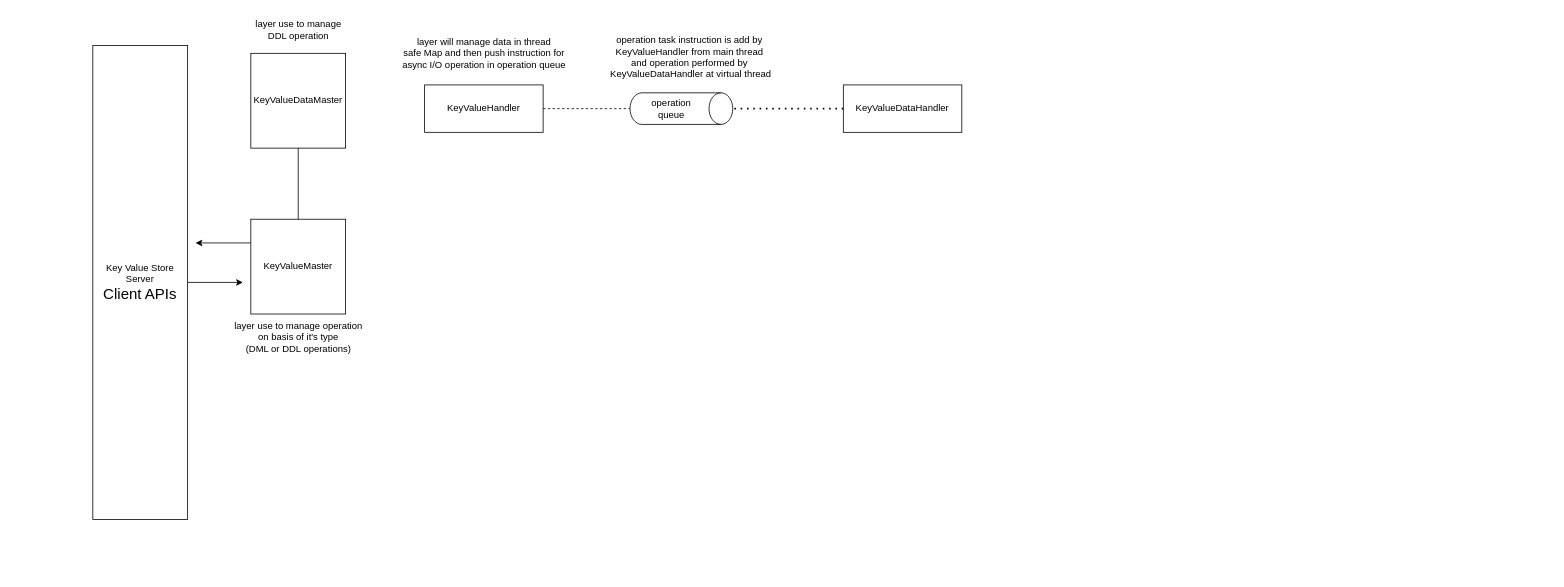
Earlier version of the draw.io diagram Untitled Diagram.drawio (HRS05/Flow-Diagram). Source tidied: cells renumbered, new cells numbered last; positions are measured from the earlier drawing's top-left corner, leaving out a move shared by most shapes. Both pictures are drawn from the tidied source at 79%, with x=0, y=0 at pixel (92, 13).
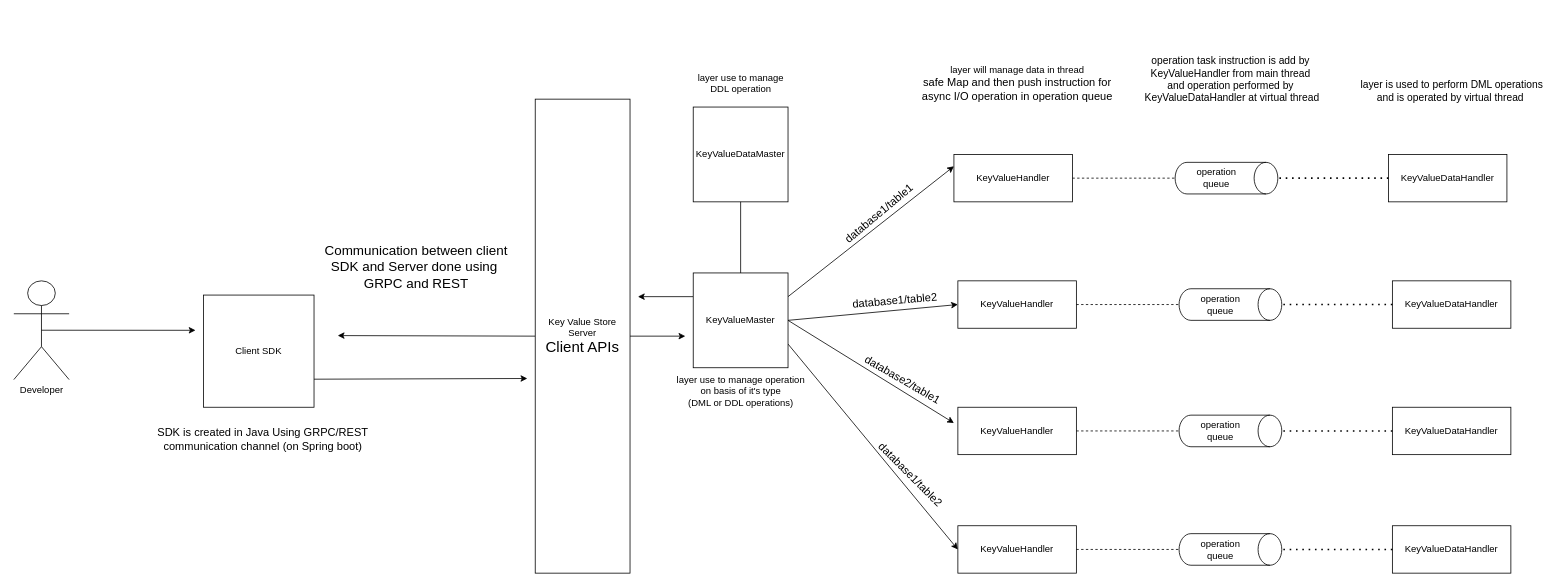
The same diagram, later.

Change to the diagram source:
```diff
@@
     <mxCell id="2" style="edgeStyle=none;rounded=0;jettySize=auto;html=1;exitX=0.5;exitY=0;exitDx=0;exitDy=0;" parent="1" edge="1" source="3">
       <mxGeometry relative="1" as="geometry">
-        <mxPoint x="190" y="340" as="targetPoint" />
+        <mxPoint x="750" y="408" as="targetPoint" />
       </mxGeometry>
     </mxCell>
+    <mxCell id="17" style="edgeStyle=none;rounded=0;jettySize=auto;html=1;exitX=0.5;exitY=1;exitDx=0;exitDy=0;" parent="1" edge="1" source="3">
+      <mxGeometry relative="1" as="geometry">
+        <mxPoint x="310" y="407.3" as="targetPoint" />
+      </mxGeometry>
+    </mxCell>
     <mxCell id="3" value="Key Value Store Server&lt;div style=&quot;font-size: 19px;&quot;&gt;Client APIs&lt;/div&gt;" style="rounded=0;whiteSpace=wrap;html=1;direction=south;" parent="1" vertex="1">
-      <mxGeometry y="40" width="120" height="600" as="geometry" />
+      <mxGeometry x="560" y="108" width="120" height="600" as="geometry" />
     </mxCell>
     <mxCell id="4" style="edgeStyle=none;rounded=0;jettySize=auto;html=1;exitX=0;exitY=0.25;exitDx=0;exitDy=0;" parent="1" edge="1" source="5">
       <mxGeometry relative="1" as="geometry">
-        <mxPoint x="130" y="290" as="targetPoint" />
+        <mxPoint x="690" y="358" as="targetPoint" />
       </mxGeometry>
     </mxCell>
+    <mxCell id="18" style="edgeStyle=none;rounded=0;jettySize=auto;html=1;exitX=1;exitY=0.25;exitDx=0;exitDy=0;entryX=0;entryY=0.25;entryDx=0;entryDy=0;" parent="1" edge="1" source="5" target="10">
+      <mxGeometry relative="1" as="geometry" />
+    </mxCell>
+    <mxCell id="19" style="edgeStyle=none;rounded=0;jettySize=auto;html=1;exitX=1;exitY=0.5;exitDx=0;exitDy=0;entryX=0;entryY=0.5;entryDx=0;entryDy=0;" parent="1" edge="1" source="5" target="31">
+      <mxGeometry relative="1" as="geometry" />
+    </mxCell>
+    <mxCell id="20" style="edgeStyle=none;rounded=0;jettySize=auto;html=1;exitX=1;exitY=0.75;exitDx=0;exitDy=0;entryX=0;entryY=0.5;entryDx=0;entryDy=0;" parent="1" edge="1" source="5" target="21">
+      <mxGeometry relative="1" as="geometry" />
+    </mxCell>
     <mxCell id="5" value="KeyValueMaster" style="whiteSpace=wrap;html=1;" parent="1" vertex="1">
-      <mxGeometry x="200" y="260" width="120" height="120" as="geometry" />
+      <mxGeometry x="760" y="328" width="120" height="120" as="geometry" />
     </mxCell>
     <mxCell id="6" value="layer use to manage operation&lt;div&gt;on basis of it's type&lt;/div&gt;&lt;div&gt;(DML or DDL operations)&lt;/div&gt;" style="text;html=1;align=center;verticalAlign=middle;strokeColor=none;fillColor=none;" parent="1" vertex="1">
-      <mxGeometry x="165" y="380" width="190" height="60" as="geometry" />
+      <mxGeometry x="725" y="448" width="190" height="60" as="geometry" />
     </mxCell>
     <mxCell id="7" value="KeyValueDataMaster" style="whiteSpace=wrap;html=1;" parent="1" vertex="1">
-      <mxGeometry x="200" y="50" width="120" height="120" as="geometry" />
+      <mxGeometry x="760" y="118" width="120" height="120" as="geometry" />
     </mxCell>
@@
     <mxCell id="9" value="layer use to manage&lt;div&gt;DDL operation&lt;/div&gt;" style="text;html=1;align=center;verticalAlign=middle;strokeColor=none;fillColor=none;" parent="1" vertex="1">
-      <mxGeometry x="195" width="130" height="40" as="geometry" />
+      <mxGeometry x="755" y="68" width="130" height="40" as="geometry" />
     </mxCell>
     <mxCell id="10" value="KeyValueHandler" style="rounded=0;whiteSpace=wrap;html=1;" parent="1" vertex="1">
-      <mxGeometry x="420" y="90" width="150" height="60" as="geometry" />
+      <mxGeometry x="1090" y="178" width="150" height="60" as="geometry" />
     </mxCell>
     <mxCell id="11" value="KeyValueDataHandler" style="rounded=0;whiteSpace=wrap;html=1;" parent="1" vertex="1">
-      <mxGeometry x="950" y="90" width="150" height="60" as="geometry" />
+      <mxGeometry x="1640" y="178" width="150" height="60" as="geometry" />
     </mxCell>
     <mxCell id="12" value="operation&lt;div&gt;queue&lt;/div&gt;" style="shape=cylinder3;whiteSpace=wrap;html=1;boundedLbl=1;backgroundOutline=1;size=15;direction=south;" parent="1" vertex="1">
-      <mxGeometry x="680" y="100" width="130" height="40" as="geometry" />
+      <mxGeometry x="1370" y="188" width="130" height="40" as="geometry" />
     </mxCell>
@@
-    <mxCell id="15" value="layer will manage data in thread&lt;div&gt;safe Map and then push instruction for&lt;/div&gt;&lt;div&gt;async I/O operation in operation queue&lt;/div&gt;" style="text;html=1;align=center;verticalAlign=middle;strokeColor=none;fillColor=none;" parent="1" vertex="1">
-      <mxGeometry x="380" y="20" width="230" height="60" as="geometry" />
+    <mxCell id="15" value="layer will manage data in thread&lt;div style=&quot;font-size: 14px;&quot;&gt;&lt;font style=&quot;font-size: 14px;&quot;&gt;safe Map and then push instruction for&lt;/font&gt;&lt;/div&gt;&lt;div style=&quot;font-size: 14px;&quot;&gt;async I/O operation in operation queue&lt;/div&gt;" style="text;html=1;align=center;verticalAlign=middle;strokeColor=none;fillColor=none;" parent="1" vertex="1">
+      <mxGeometry x="1040" y="58" width="260" height="60" as="geometry" />
     </mxCell>
-    <mxCell id="16" value="operation task instruction is add by&lt;div&gt;KeyValueHandler from main thread&lt;/div&gt;&lt;div&gt;and operation performed by&lt;/div&gt;&lt;div&gt;&amp;nbsp;KeyValueDataHandler at virtual thread&lt;/div&gt;" style="text;html=1;align=center;verticalAlign=middle;strokeColor=none;fillColor=none;" parent="1" vertex="1">
-      <mxGeometry x="640" y="20" width="230" height="70" as="geometry" />
+    <mxCell id="16" value="&lt;font style=&quot;font-size: 13px;&quot;&gt;operation task instruction is add by&lt;/font&gt;&lt;div style=&quot;font-size: 13px;&quot;&gt;&lt;font style=&quot;font-size: 13px;&quot;&gt;KeyValueHandler from main thread&lt;/font&gt;&lt;/div&gt;&lt;div style=&quot;font-size: 13px;&quot;&gt;&lt;font style=&quot;font-size: 13px;&quot;&gt;and operation performed by&lt;/font&gt;&lt;/div&gt;&lt;div style=&quot;font-size: 13px;&quot;&gt;&lt;font style=&quot;font-size: 13px;&quot;&gt;&amp;nbsp;KeyValueDataHandler at virtual thread&lt;/font&gt;&lt;/div&gt;" style="text;html=1;align=center;verticalAlign=middle;strokeColor=none;fillColor=none;" parent="1" vertex="1">
+      <mxGeometry x="1315" y="43" width="250" height="80" as="geometry" />
     </mxCell>
+    <mxCell id="21" value="KeyValueHandler" style="rounded=0;whiteSpace=wrap;html=1;" parent="1" vertex="1">
+      <mxGeometry x="1095" y="648" width="150" height="60" as="geometry" />
+    </mxCell>
+    <mxCell id="22" value="KeyValueDataHandler" style="rounded=0;whiteSpace=wrap;html=1;" parent="1" vertex="1">
+      <mxGeometry x="1645" y="648" width="150" height="60" as="geometry" />
+    </mxCell>
+    <mxCell id="23" value="operation&lt;div&gt;queue&lt;/div&gt;" style="shape=cylinder3;whiteSpace=wrap;html=1;boundedLbl=1;backgroundOutline=1;size=15;direction=south;" parent="1" vertex="1">
+      <mxGeometry x="1375" y="658" width="130" height="40" as="geometry" />
+    </mxCell>
+    <mxCell id="24" style="endArrow=none;dashed=1;html=1;rounded=0;exitX=1;exitY=0.5;exitDx=0;exitDy=0;entryX=0.5;entryY=1;entryDx=0;entryDy=0;entryPerimeter=0;" parent="1" edge="1" source="21" target="23">
+      <mxGeometry relative="1" as="geometry" />
+    </mxCell>
+    <mxCell id="25" style="endArrow=none;dashed=1;html=1;dashPattern=1 3;strokeWidth=2;rounded=0;entryX=0.5;entryY=0;entryDx=0;entryDy=0;entryPerimeter=0;exitX=0;exitY=0.5;exitDx=0;exitDy=0;" parent="1" edge="1" source="22" target="23">
+      <mxGeometry relative="1" as="geometry" />
+    </mxCell>
+    <mxCell id="26" value="KeyValueHandler" style="rounded=0;whiteSpace=wrap;html=1;" parent="1" vertex="1">
+      <mxGeometry x="1095" y="498" width="150" height="60" as="geometry" />
+    </mxCell>
+    <mxCell id="27" value="KeyValueDataHandler" style="rounded=0;whiteSpace=wrap;html=1;" parent="1" vertex="1">
+      <mxGeometry x="1645" y="498" width="150" height="60" as="geometry" />
+    </mxCell>
+    <mxCell id="28" value="operation&lt;div&gt;queue&lt;/div&gt;" style="shape=cylinder3;whiteSpace=wrap;html=1;boundedLbl=1;backgroundOutline=1;size=15;direction=south;" parent="1" vertex="1">
+      <mxGeometry x="1375" y="508" width="130" height="40" as="geometry" />
+    </mxCell>
+    <mxCell id="29" style="endArrow=none;dashed=1;html=1;rounded=0;exitX=1;exitY=0.5;exitDx=0;exitDy=0;entryX=0.5;entryY=1;entryDx=0;entryDy=0;entryPerimeter=0;" parent="1" edge="1" source="26" target="28">
+      <mxGeometry relative="1" as="geometry" />
+    </mxCell>
+    <mxCell id="30" style="endArrow=none;dashed=1;html=1;dashPattern=1 3;strokeWidth=2;rounded=0;entryX=0.5;entryY=0;entryDx=0;entryDy=0;entryPerimeter=0;exitX=0;exitY=0.5;exitDx=0;exitDy=0;" parent="1" edge="1" source="27" target="28">
+      <mxGeometry relative="1" as="geometry" />
+    </mxCell>
+    <mxCell id="31" value="KeyValueHandler" style="rounded=0;whiteSpace=wrap;html=1;" parent="1" vertex="1">
+      <mxGeometry x="1095" y="338" width="150" height="60" as="geometry" />
+    </mxCell>
+    <mxCell id="32" value="KeyValueDataHandler" style="rounded=0;whiteSpace=wrap;html=1;" parent="1" vertex="1">
+      <mxGeometry x="1645" y="338" width="150" height="60" as="geometry" />
+    </mxCell>
+    <mxCell id="33" value="operation&lt;div&gt;queue&lt;/div&gt;" style="shape=cylinder3;whiteSpace=wrap;html=1;boundedLbl=1;backgroundOutline=1;size=15;direction=south;" parent="1" vertex="1">
+      <mxGeometry x="1375" y="348" width="130" height="40" as="geometry" />
+    </mxCell>
+    <mxCell id="34" style="endArrow=none;dashed=1;html=1;rounded=0;exitX=1;exitY=0.5;exitDx=0;exitDy=0;entryX=0.5;entryY=1;entryDx=0;entryDy=0;entryPerimeter=0;" parent="1" edge="1" source="31" target="33">
+      <mxGeometry relative="1" as="geometry" />
+    </mxCell>
+    <mxCell id="35" style="endArrow=none;dashed=1;html=1;dashPattern=1 3;strokeWidth=2;rounded=0;entryX=0.5;entryY=0;entryDx=0;entryDy=0;entryPerimeter=0;exitX=0;exitY=0.5;exitDx=0;exitDy=0;" parent="1" edge="1" source="32" target="33">
+      <mxGeometry relative="1" as="geometry" />
+    </mxCell>
+    <mxCell id="36" value="database1/table1" style="text;html=1;align=center;verticalAlign=middle;strokeColor=none;fillColor=none;spacing=3;fontSize=14;rotation=-40;" parent="1" vertex="1">
+      <mxGeometry x="930" y="238" width="130" height="30" as="geometry" />
+    </mxCell>
+    <mxCell id="37" value="&lt;font style=&quot;font-size: 14px;&quot;&gt;database1/table2&lt;/font&gt;" style="text;html=1;align=center;verticalAlign=middle;strokeColor=none;fillColor=none;rotation=-5;" parent="1" vertex="1">
+      <mxGeometry x="950" y="348" width="130" height="30" as="geometry" />
+    </mxCell>
+    <mxCell id="38" style="edgeStyle=none;rounded=0;jettySize=auto;html=1;exitX=1;exitY=0.5;exitDx=0;exitDy=0;" parent="1" edge="1" source="5">
+      <mxGeometry relative="1" as="geometry">
+        <mxPoint x="1090" y="518" as="targetPoint" />
+      </mxGeometry>
+    </mxCell>
+    <mxCell id="39" value="&lt;font style=&quot;font-size: 14px;&quot;&gt;database2/table1&lt;/font&gt;" style="text;html=1;align=center;verticalAlign=middle;strokeColor=none;fillColor=none;rotation=30;" parent="1" vertex="1">
+      <mxGeometry x="960" y="448" width="130" height="30" as="geometry" />
+    </mxCell>
+    <mxCell id="40" value="&lt;font style=&quot;font-size: 14px;&quot;&gt;database1/table2&lt;/font&gt;" style="text;html=1;align=center;verticalAlign=middle;strokeColor=none;fillColor=none;rotation=45;" parent="1" vertex="1">
+      <mxGeometry x="970" y="568" width="130" height="30" as="geometry" />
+    </mxCell>
+    <mxCell id="41" style="edgeStyle=none;rounded=0;jettySize=auto;html=1;exitX=1;exitY=0.75;exitDx=0;exitDy=0;" parent="1" edge="1" source="42">
+      <mxGeometry relative="1" as="geometry">
+        <mxPoint x="550" y="461.6" as="targetPoint" />
+      </mxGeometry>
+    </mxCell>
+    <mxCell id="42" value="Client SDK" style="rounded=0;whiteSpace=wrap;html=1;" parent="1" vertex="1">
+      <mxGeometry x="140" y="356" width="140" height="142" as="geometry" />
+    </mxCell>
+    <mxCell id="43" style="edgeStyle=none;rounded=0;jettySize=auto;html=1;exitX=0.5;exitY=0.5;exitDx=0;exitDy=0;exitPerimeter=0;" parent="1" edge="1" source="44">
+      <mxGeometry relative="1" as="geometry">
+        <mxPoint x="130" y="400.6" as="targetPoint" />
+      </mxGeometry>
+    </mxCell>
+    <mxCell id="44" value="Developer" style="shape=umlActor;verticalLabelPosition=bottom;verticalAlign=top;html=1;outlineConnect=0;" parent="1" vertex="1">
+      <mxGeometry x="-100" y="338" width="70" height="125" as="geometry" />
+    </mxCell>
+    <mxCell id="45" value="&lt;font style=&quot;font-size: 17px;&quot;&gt;Communication between client&lt;br&gt;SDK and Server done using&amp;nbsp;&lt;/font&gt;&lt;div style=&quot;font-size: 17px;&quot;&gt;&lt;font style=&quot;font-size: 17px;&quot;&gt;GRPC and REST&lt;/font&gt;&lt;/div&gt;" style="text;html=1;align=center;verticalAlign=middle;strokeColor=none;fillColor=none;" parent="1" vertex="1">
+      <mxGeometry x="279" y="286" width="260" height="70" as="geometry" />
+    </mxCell>
+    <mxCell id="46" value="SDK is created in Java Using GRPC/REST&lt;div style=&quot;font-size: 14px;&quot;&gt;communication channel (on Spring boot)&lt;/div&gt;" style="text;html=1;align=center;verticalAlign=middle;strokeColor=none;fillColor=none;fontSize=14;" parent="1" vertex="1">
+      <mxGeometry x="70" y="513" width="290" height="50" as="geometry" />
+    </mxCell>
+    <mxCell id="47" value="layer is used to perform DML operations&lt;div style=&quot;font-size: 13px;&quot;&gt;and is operated by virtual thread&amp;nbsp;&lt;/div&gt;" style="text;html=1;align=center;verticalAlign=middle;strokeColor=none;fillColor=none;fontSize=13;" parent="1" vertex="1">
+      <mxGeometry x="1595" y="78" width="250" height="40" as="geometry" />
+    </mxCell>
```
